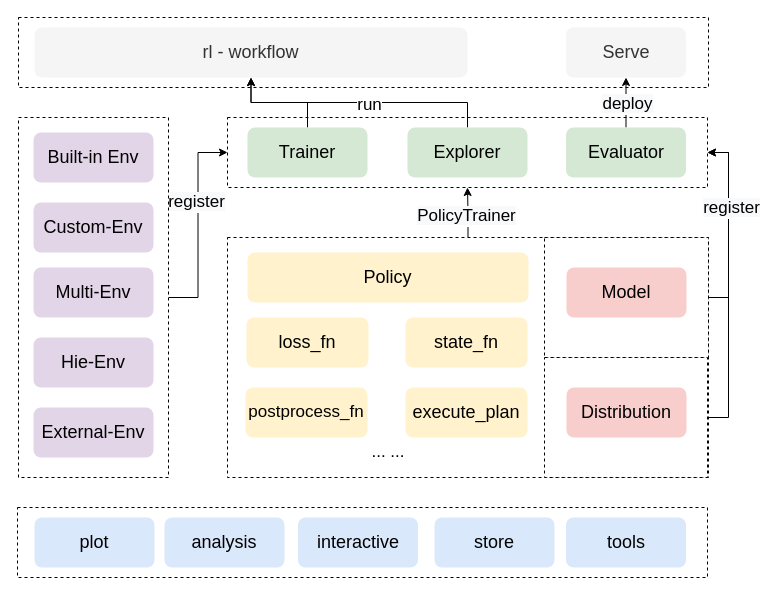
Above: page "Page-2" (2 of 2) of SDK架构图.drawio in japsonzbz/Miscellaneous (draw.io), before the change. Source tidied: cells renumbered, new cells numbered last; positions are measured from the earlier drawing's top-left corner, leaving out a move shared by most shapes. Both pictures are drawn from the tidied source at 100%, with x=0, y=0 at pixel (17, 17).
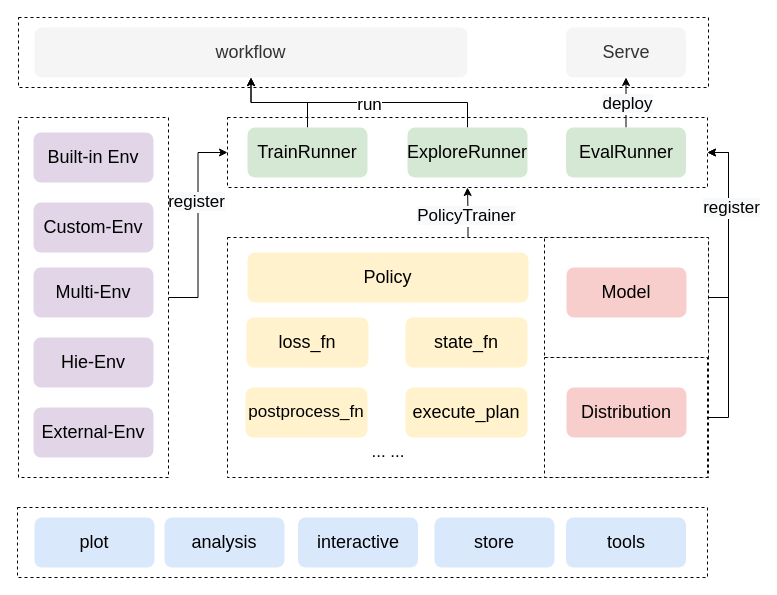
After the change.

What changed in the source:
```diff
@@
-    <mxCell id="5" value="&lt;font style=&quot;font-size: 18px&quot;&gt;Trainer&lt;/font&gt;" style="rounded=1;whiteSpace=wrap;html=1;fillColor=#d5e8d4;strokeColor=none;shadow=0;" parent="1" vertex="1">
+    <mxCell id="5" value="&lt;font style=&quot;font-size: 18px&quot;&gt;TrainRunner&lt;/font&gt;" style="rounded=1;whiteSpace=wrap;html=1;fillColor=#d5e8d4;strokeColor=none;shadow=0;" parent="1" vertex="1">
       <mxGeometry x="230" y="110" width="120" height="50" as="geometry" />
     </mxCell>
@@
-    <mxCell id="8" value="&lt;span style=&quot;font-size: 18px&quot;&gt;Explorer&lt;/span&gt;" style="rounded=1;whiteSpace=wrap;html=1;fillColor=#d5e8d4;strokeColor=none;shadow=0;" parent="1" vertex="1">
+    <mxCell id="8" value="&lt;span style=&quot;font-size: 18px&quot;&gt;ExploreRunner&lt;/span&gt;" style="rounded=1;whiteSpace=wrap;html=1;fillColor=#d5e8d4;strokeColor=none;shadow=0;" parent="1" vertex="1">
       <mxGeometry x="390" y="110" width="120" height="50" as="geometry" />
     </mxCell>
@@
-    <mxCell id="11" value="&lt;span style=&quot;font-size: 18px&quot;&gt;Evaluator&lt;/span&gt;" style="rounded=1;whiteSpace=wrap;html=1;fillColor=#d5e8d4;strokeColor=none;shadow=0;" parent="1" vertex="1">
+    <mxCell id="11" value="&lt;span style=&quot;font-size: 18px&quot;&gt;EvalRunner&lt;/span&gt;" style="rounded=1;whiteSpace=wrap;html=1;fillColor=#d5e8d4;strokeColor=none;shadow=0;" parent="1" vertex="1">
       <mxGeometry x="548.5" y="110" width="120" height="50" as="geometry" />
     </mxCell>
@@
-    <mxCell id="36" value="&lt;span style=&quot;font-size: 18px&quot;&gt;rl - workflow&lt;/span&gt;" style="rounded=1;whiteSpace=wrap;html=1;fillColor=#f5f5f5;strokeColor=none;shadow=0;fontColor=#333333;" parent="1" vertex="1">
+    <mxCell id="36" value="&lt;span style=&quot;font-size: 18px&quot;&gt;workflow&lt;/span&gt;" style="rounded=1;whiteSpace=wrap;html=1;fillColor=#f5f5f5;strokeColor=none;shadow=0;fontColor=#333333;" parent="1" vertex="1">
       <mxGeometry x="17" y="10" width="433" height="50" as="geometry" />
     </mxCell>
```
